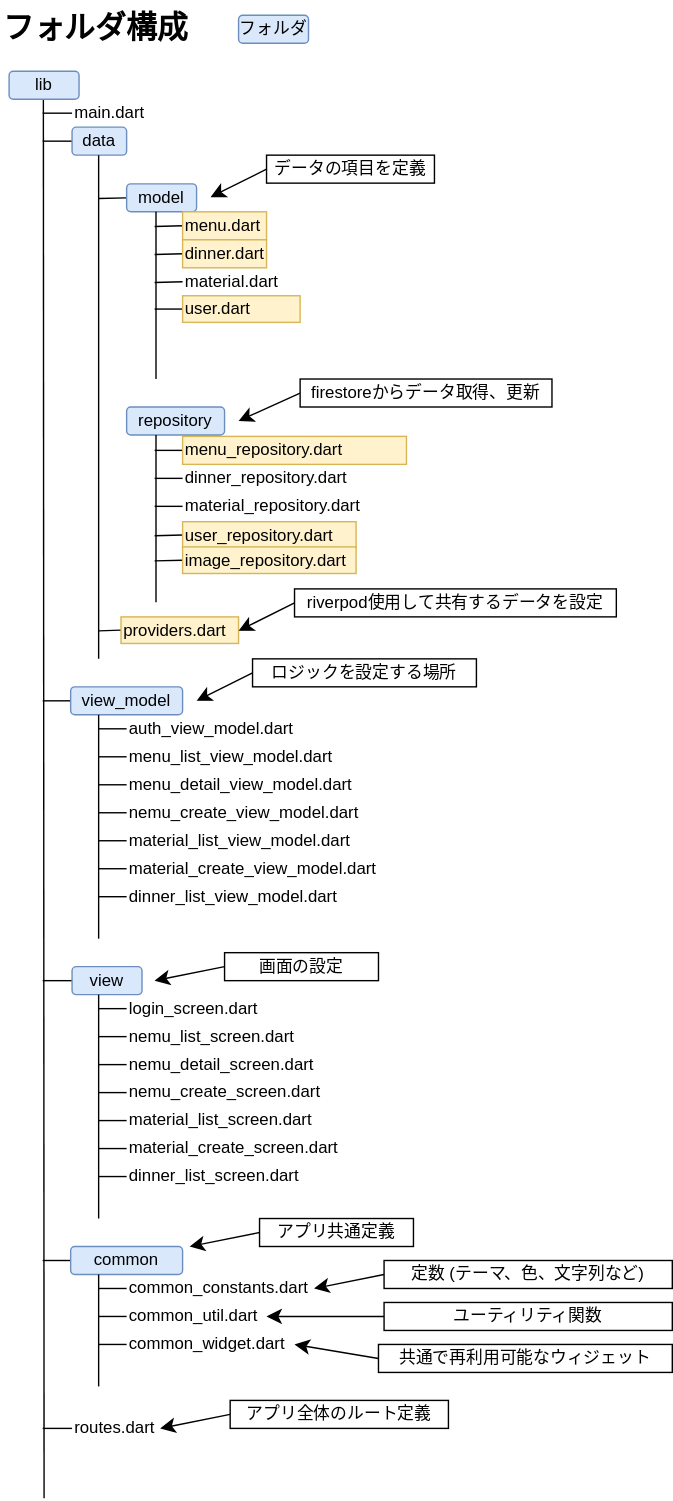
Earlier version of the draw.io export フォルダ構成.drawio.svg (maki1125/menu). Source tidied: cells renumbered, new cells last; positions are measured from the earlier drawing's top-left corner, leaving out a move shared by most shapes.
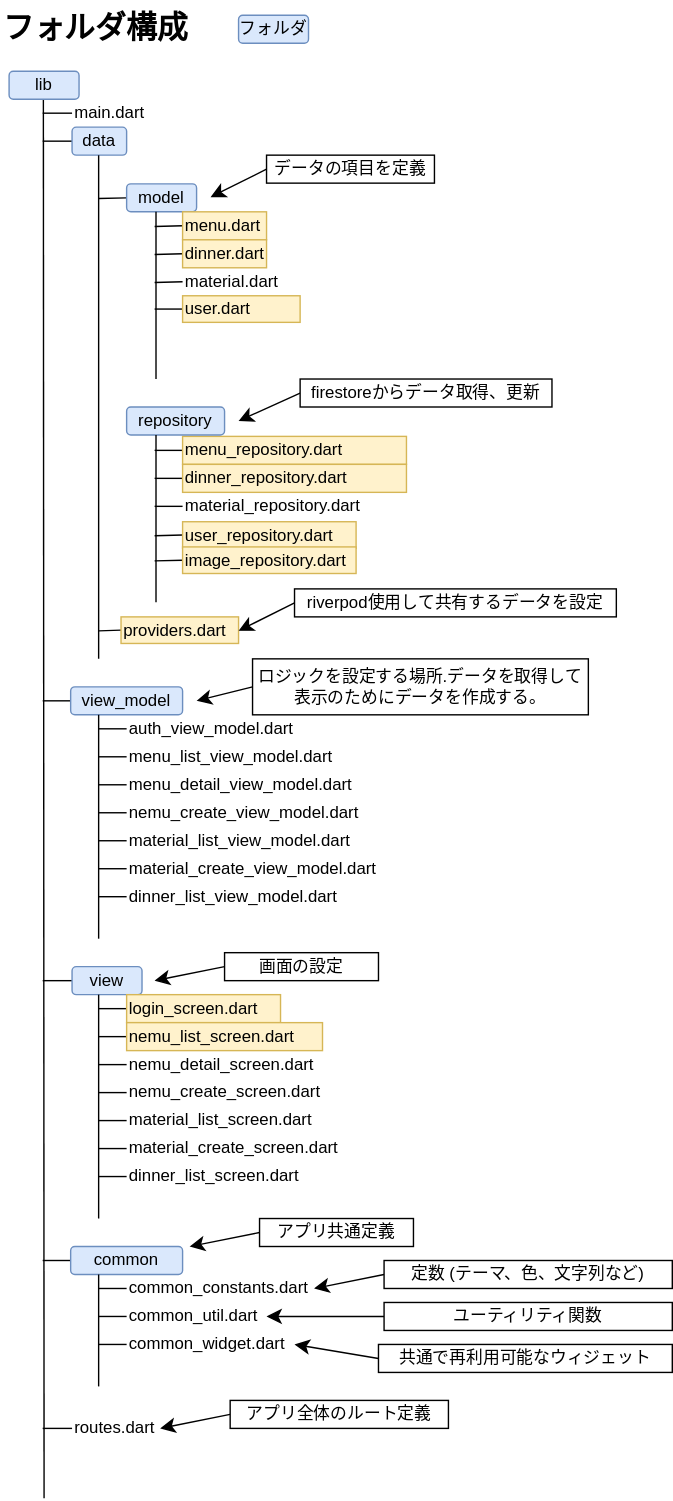
Above is the later version.

Commit message:
フォルダ構成.drawio.svg を更新します

The edit, as a diff of the source:
```diff
@@ -75,7 +75,7 @@
         <mxPoint x="70" y="720" as="targetPoint" />
       </mxGeometry>
     </mxCell>
-    <mxCell id="20" value="login_screen.dart" style="text;html=1;align=left;verticalAlign=middle;whiteSpace=wrap;rounded=0;" parent="1" vertex="1">
+    <mxCell id="20" value="login_screen.dart" style="text;html=1;align=left;verticalAlign=middle;whiteSpace=wrap;rounded=0;fillColor=#fff2cc;strokeColor=#d6b656;" parent="1" vertex="1">
       <mxGeometry x="90" y="710" width="110" height="20" as="geometry" />
     </mxCell>
     <mxCell id="21" style="edgeStyle=none;curved=1;rounded=0;jettySize=auto;html=1;exitX=0;exitY=0.5;exitDx=0;exitDy=0;fontSize=12;startSize=8;endSize=8;endArrow=none;endFill=0;" parent="1" edge="1" source="22">
@@ -83,7 +83,7 @@
         <mxPoint x="70" y="740" as="targetPoint" />
       </mxGeometry>
     </mxCell>
-    <mxCell id="22" value="nemu_list_screen.dart" style="text;html=1;align=left;verticalAlign=middle;whiteSpace=wrap;rounded=0;" parent="1" vertex="1">
+    <mxCell id="22" value="nemu_list_screen.dart" style="text;html=1;align=left;verticalAlign=middle;whiteSpace=wrap;rounded=0;fillColor=#fff2cc;strokeColor=#d6b656;" parent="1" vertex="1">
       <mxGeometry x="90" y="730" width="140" height="20" as="geometry" />
     </mxCell>
     <mxCell id="23" style="edgeStyle=none;curved=1;rounded=0;jettySize=auto;html=1;exitX=0;exitY=0.5;exitDx=0;exitDy=0;fontSize=12;startSize=8;endSize=8;endArrow=none;endFill=0;" parent="1" edge="1" source="24">
@@ -147,7 +147,7 @@
         <mxPoint x="110" y="341" as="targetPoint" />
       </mxGeometry>
     </mxCell>
-    <mxCell id="38" value="dinner_repository.dart" style="text;html=1;align=left;verticalAlign=middle;whiteSpace=wrap;rounded=0;" parent="1" vertex="1">
+    <mxCell id="38" value="dinner_repository.dart" style="text;html=1;align=left;verticalAlign=middle;whiteSpace=wrap;rounded=0;fillColor=#fff2cc;strokeColor=#d6b656;" parent="1" vertex="1">
       <mxGeometry x="130" y="331" width="160" height="20" as="geometry" />
     </mxCell>
     <mxCell id="39" style="edgeStyle=none;curved=1;rounded=0;jettySize=auto;html=1;exitX=0;exitY=0.5;exitDx=0;exitDy=0;fontSize=12;startSize=8;endSize=8;endArrow=none;endFill=0;" parent="1" edge="1" source="40">
@@ -300,8 +300,8 @@
         <mxPoint x="140" y="500" as="targetPoint" />
       </mxGeometry>
     </mxCell>
-    <mxCell id="74" value="ロジックを設定する場所" style="rounded=0;whiteSpace=wrap;html=1;" parent="1" vertex="1">
-      <mxGeometry x="180" y="470" width="160" height="20" as="geometry" />
+    <mxCell id="74" value="ロジックを設定する場所.データを取得して表示のためにデータを作成する。" style="rounded=0;whiteSpace=wrap;html=1;" parent="1" vertex="1">
+      <mxGeometry x="180" y="470" width="240" height="40" as="geometry" />
     </mxCell>
     <mxCell id="75" style="endArrow=none;html=1;rounded=0;" parent="1" edge="1">
       <mxGeometry relative="1" as="geometry">
```
